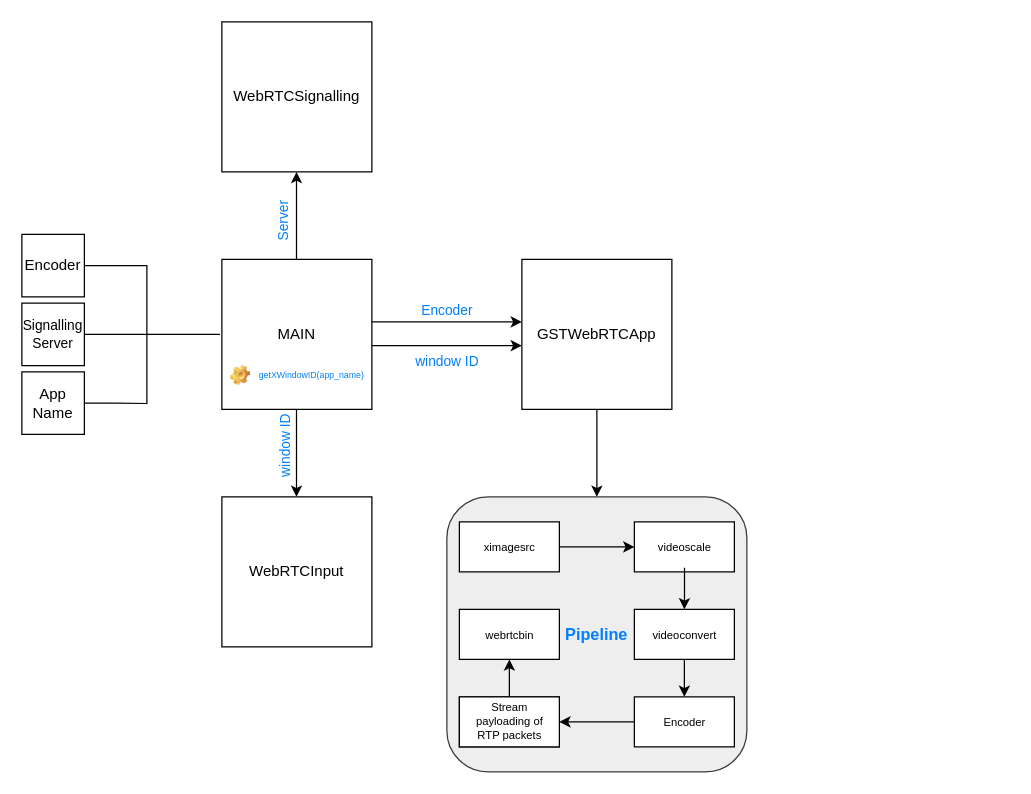
Earlier version of the draw.io diagram page "GStreamer WebRTC App" (6 of 10) of docs/img/Architecture.drawio (Truvam/web-3d). Source tidied: cells renumbered, new cells numbered last; positions are measured from the earlier drawing's top-left corner, leaving out a move shared by most shapes. Both pictures are drawn from the tidied source at 125%, with x=0, y=0 at pixel (21, 21).
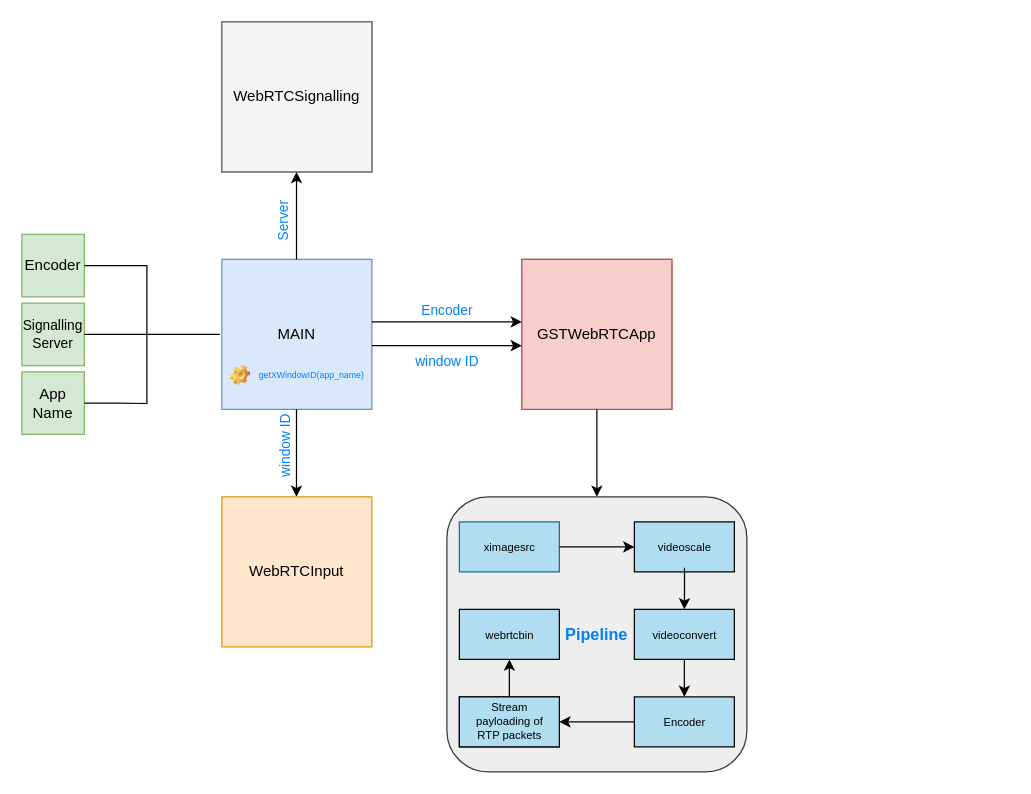
After the change.

The change refers to these unchanged cells:
```xml
<mxCell id="2" style="group;" parent="1" vertex="1">
  <mxGeometry x="160" y="190" width="120" height="126" as="geometry" />
</mxCell>
<mxCell id="6" style="group;" parent="1" vertex="1">
  <mxGeometry y="170" width="50" height="50" as="geometry" />
</mxCell>
<mxCell id="9" style="group;" parent="1" vertex="1">
  <mxGeometry y="280" width="50" height="50" as="geometry" />
</mxCell>
<mxCell id="20" style="group;" parent="19" vertex="1">
  <mxGeometry width="230" height="200" as="geometry" />
</mxCell>
<mxCell id="24" style="group;" parent="20" vertex="1">
  <mxGeometry x="140" y="70" width="80" height="40" as="geometry" />
</mxCell>
<mxCell id="27" style="group;" parent="20" vertex="1">
  <mxGeometry y="70" width="80" height="40" as="geometry" />
</mxCell>
<mxCell id="30" style="group;" parent="19" vertex="1">
  <mxGeometry x="140" width="80" height="40" as="geometry" />
</mxCell>
<mxCell id="34" style="group;" parent="19" vertex="1">
  <mxGeometry x="140" y="140" width="80" height="40" as="geometry" />
</mxCell>
<mxCell id="38" style="group;" parent="19" vertex="1">
  <mxGeometry y="140" width="80" height="40" as="geometry" />
</mxCell>
<mxCell id="43" style="group;" parent="18" vertex="1">
  <mxGeometry x="-240" y="370" width="120" height="120" as="geometry" />
</mxCell>
<mxCell id="53" style="group;fontSize=11;" parent="1" vertex="1">
  <mxGeometry y="225" width="50" height="50" as="geometry" />
</mxCell>
```

What changed in the source:
```diff
@@
-    <mxCell id="3" style="rounded=0;whiteSpace=wrap;html=1;" parent="2" vertex="1">
+    <mxCell id="3" style="rounded=0;whiteSpace=wrap;html=1;fillColor=#dae8fc;strokeColor=#6c8ebf;" parent="2" vertex="1">
       <mxGeometry width="120" height="120" as="geometry" />
     </mxCell>
@@
-    <mxCell id="7" style="rounded=0;whiteSpace=wrap;html=1;" parent="6" vertex="1">
+    <mxCell id="7" style="rounded=0;whiteSpace=wrap;html=1;fillColor=#d5e8d4;strokeColor=#82b366;" parent="6" vertex="1">
       <mxGeometry width="50" height="50" as="geometry" />
     </mxCell>
@@
-    <mxCell id="10" style="rounded=0;whiteSpace=wrap;html=1;" parent="9" vertex="1">
+    <mxCell id="10" style="rounded=0;whiteSpace=wrap;html=1;fillColor=#d5e8d4;strokeColor=#82b366;" parent="9" vertex="1">
       <mxGeometry width="50" height="50" as="geometry" />
     </mxCell>
@@
-    <mxCell id="12" style="group;" parent="1" vertex="1">
+    <mxCell id="12" style="group;fillColor=#f8cecc;strokeColor=#b85450;" parent="1" vertex="1">
       <mxGeometry x="400" y="190" width="120" height="120" as="geometry" />
     </mxCell>
-    <mxCell id="13" style="rounded=0;whiteSpace=wrap;html=1;" parent="12" vertex="1">
+    <mxCell id="13" style="rounded=0;whiteSpace=wrap;html=1;fillColor=#f8cecc;strokeColor=#b85450;" parent="12" vertex="1">
       <mxGeometry width="120" height="120" as="geometry" />
     </mxCell>
@@
-    <mxCell id="22" style="rounded=0;whiteSpace=wrap;html=1;" parent="20" vertex="1">
+    <mxCell id="22" style="rounded=0;whiteSpace=wrap;html=1;strokeColor=#10739e;fillColor=#B1DDF0;" parent="20" vertex="1">
       <mxGeometry width="80" height="40" as="geometry" />
     </mxCell>
@@
-    <mxCell id="25" style="rounded=0;whiteSpace=wrap;html=1;" parent="24" vertex="1">
+    <mxCell id="25" style="rounded=0;whiteSpace=wrap;html=1;fillColor=#B1DDF0;" parent="24" vertex="1">
       <mxGeometry width="80" height="40" as="geometry" />
     </mxCell>
@@
-    <mxCell id="28" style="rounded=0;whiteSpace=wrap;html=1;" parent="27" vertex="1">
+    <mxCell id="28" style="rounded=0;whiteSpace=wrap;html=1;fillColor=#B1DDF0;" parent="27" vertex="1">
       <mxGeometry width="80" height="40" as="geometry" />
     </mxCell>
@@
-    <mxCell id="31" style="rounded=0;whiteSpace=wrap;html=1;" parent="30" vertex="1">
+    <mxCell id="31" style="rounded=0;whiteSpace=wrap;html=1;fillColor=#B1DDF0;" parent="30" vertex="1">
       <mxGeometry width="80" height="40" as="geometry" />
     </mxCell>
@@
-    <mxCell id="35" style="rounded=0;whiteSpace=wrap;html=1;" parent="34" vertex="1">
+    <mxCell id="35" style="rounded=0;whiteSpace=wrap;html=1;fillColor=#B1DDF0;" parent="34" vertex="1">
       <mxGeometry width="80" height="40" as="geometry" />
     </mxCell>
@@
-    <mxCell id="39" style="rounded=0;whiteSpace=wrap;html=1;" parent="38" vertex="1">
+    <mxCell id="39" style="rounded=0;whiteSpace=wrap;html=1;fillColor=#B1DDF0;" parent="38" vertex="1">
       <mxGeometry width="80" height="40" as="geometry" />
     </mxCell>
@@
-    <mxCell id="44" style="rounded=0;whiteSpace=wrap;html=1;" parent="43" vertex="1">
+    <mxCell id="44" style="rounded=0;whiteSpace=wrap;html=1;fillColor=#ffe6cc;strokeColor=#d79b00;" parent="43" vertex="1">
       <mxGeometry width="120" height="120" as="geometry" />
     </mxCell>
@@
-    <mxCell id="49" style="group;" parent="1" vertex="1">
+    <mxCell id="49" style="group;fillColor=#f5f5f5;strokeColor=#666666;fontColor=#333333;" parent="1" vertex="1">
       <mxGeometry x="160" width="120" height="120" as="geometry" />
     </mxCell>
-    <mxCell id="50" style="rounded=0;whiteSpace=wrap;html=1;" parent="49" vertex="1">
+    <mxCell id="50" style="rounded=0;whiteSpace=wrap;html=1;fillColor=#f5f5f5;strokeColor=#666666;fontColor=#333333;" parent="49" vertex="1">
       <mxGeometry width="120" height="120" as="geometry" />
     </mxCell>
@@
-    <mxCell id="54" style="rounded=0;whiteSpace=wrap;html=1;" parent="53" vertex="1">
+    <mxCell id="54" style="rounded=0;whiteSpace=wrap;html=1;fillColor=#d5e8d4;strokeColor=#82b366;" parent="53" vertex="1">
       <mxGeometry width="50" height="50" as="geometry" />
     </mxCell>
```
